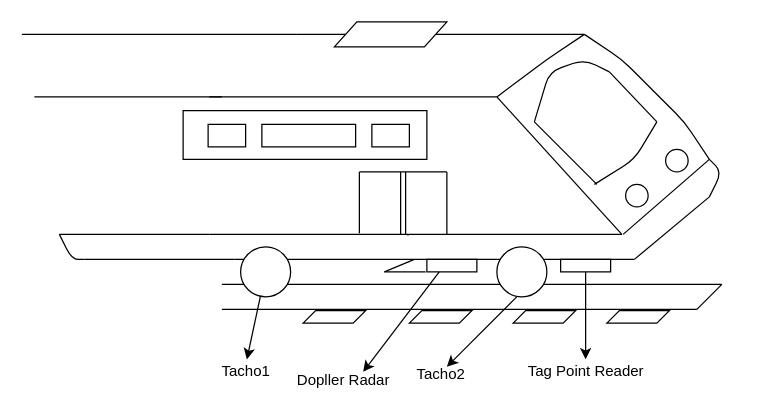
Above: page "Page-2" (2 of 5) of Untitled Diagram.drawio in burakbasaraann/drawing (draw.io), before the change. Source tidied: cells renumbered, new cells numbered last; positions are measured from the earlier drawing's top-left corner, leaving out a move shared by most shapes. Both pictures are drawn from the tidied source at 125%, with x=0, y=0 at pixel (21, 21).
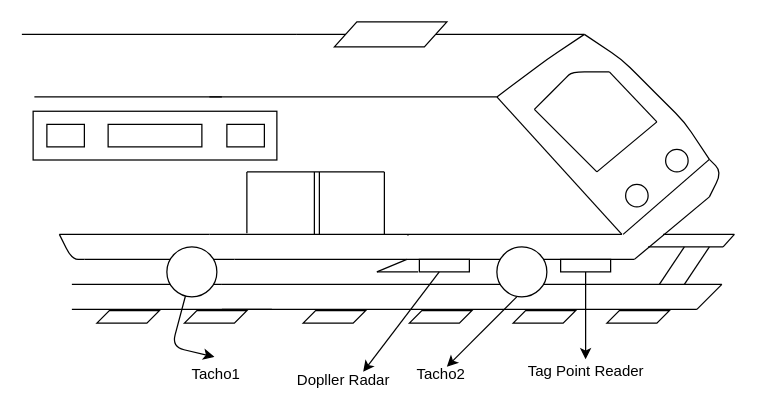
After the change.

Change to the diagram source:
```diff
@@
     <mxCell id="2" style="rounded=0;whiteSpace=wrap;html=1;fontFamily=Helvetica;fontSize=14;" parent="1" vertex="1">
-      <mxGeometry x="129" y="71" width="195" height="39" as="geometry" />
+      <mxGeometry x="9" y="71.5" width="195" height="39" as="geometry" />
     </mxCell>
@@
     <mxCell id="16" style="rounded=0;whiteSpace=wrap;html=1;fontFamily=Helvetica;fontSize=14;" parent="1" vertex="1">
-      <mxGeometry x="324" y="190" width="40" height="10" as="geometry" />
+      <mxGeometry x="318" y="190" width="40" height="10" as="geometry" />
     </mxCell>
     <mxCell id="17" style="endArrow=none;html=1;strokeColor=#000000;fontFamily=Helvetica;fontSize=14;exitX=0;exitY=1;exitDx=0;exitDy=0;" parent="1" edge="1">
       <mxGeometry relative="1" as="geometry">
-        <mxPoint x="323" y="200" as="sourcePoint" />
-        <mxPoint x="290" y="200" as="targetPoint" />
+        <mxPoint x="317" y="200" as="sourcePoint" />
+        <mxPoint x="284" y="200" as="targetPoint" />
       </mxGeometry>
     </mxCell>
@@
     <mxCell id="19" style="endArrow=none;html=1;strokeColor=#000000;fontFamily=Helvetica;fontSize=14;" parent="1" edge="1">
       <mxGeometry relative="1" as="geometry">
-        <mxPoint x="290" y="200" as="sourcePoint" />
-        <mxPoint x="314" y="190" as="targetPoint" />
+        <mxPoint x="284" y="200" as="sourcePoint" />
+        <mxPoint x="308" y="190" as="targetPoint" />
       </mxGeometry>
     </mxCell>
@@
     <mxCell id="24" style="endArrow=none;html=1;strokeColor=#000000;fontFamily=Helvetica;fontSize=14;" parent="1" edge="1">
       <mxGeometry relative="1" as="geometry">
-        <mxPoint x="458" y="130" as="sourcePoint" />
+        <mxPoint x="460" y="120" as="sourcePoint" />
         <mxPoint x="508" y="80" as="targetPoint" />
-        <Array as="points">
-          <mxPoint x="490" y="110" />
-        </Array>
       </mxGeometry>
     </mxCell>
     <mxCell id="25" style="endArrow=none;html=1;strokeColor=#000000;fontFamily=Helvetica;fontSize=14;" parent="1" edge="1">
       <mxGeometry relative="1" as="geometry">
-        <mxPoint x="460" y="130" as="sourcePoint" />
-        <mxPoint x="410" y="80" as="targetPoint" />
+        <mxPoint x="460" y="120" as="sourcePoint" />
+        <mxPoint x="410" y="70" as="targetPoint" />
       </mxGeometry>
     </mxCell>
@@
-    <mxCell id="27" style="endArrow=none;html=1;strokeColor=#000000;fontFamily=Helvetica;fontSize=14;" parent="1" edge="1">
-      <mxGeometry relative="1" as="geometry">
-        <mxPoint x="410" y="80" as="sourcePoint" />
-        <mxPoint x="470" y="40" as="targetPoint" />
-        <Array as="points">
-          <mxPoint x="422" y="40" />
-          <mxPoint x="450" y="30" />
-        </Array>
-      </mxGeometry>
-    </mxCell>
-    <mxCell id="28" style="ellipse;whiteSpace=wrap;html=1;fontFamily=Helvetica;fontSize=14;" parent="1" vertex="1">
-      <mxGeometry x="175" y="180" width="40" height="40" as="geometry" />
-    </mxCell>
@@
     <mxCell id="34" style="rounded=0;whiteSpace=wrap;html=1;fontFamily=Helvetica;fontSize=14;" parent="1" vertex="1">
-      <mxGeometry x="149" y="82" width="30" height="18" as="geometry" />
+      <mxGeometry x="20" y="82" width="30" height="18" as="geometry" />
     </mxCell>
     <mxCell id="35" style="rounded=0;whiteSpace=wrap;html=1;fontFamily=Helvetica;fontSize=14;" parent="1" vertex="1">
-      <mxGeometry x="192" y="82" width="75" height="18" as="geometry" />
+      <mxGeometry x="69" y="82" width="75" height="18" as="geometry" />
     </mxCell>
     <mxCell id="36" style="rounded=0;whiteSpace=wrap;html=1;fontFamily=Helvetica;fontSize=14;" parent="1" vertex="1">
-      <mxGeometry x="280" y="82" width="30" height="18" as="geometry" />
+      <mxGeometry x="164" y="82" width="30" height="18" as="geometry" />
     </mxCell>
@@
-    <mxCell id="38" style="endArrow=classic;html=1;strokeColor=#000000;fontFamily=Helvetica;fontSize=14;" parent="1" edge="1" source="28">
+    <mxCell id="38" style="endArrow=classic;html=1;strokeColor=#000000;fontFamily=Helvetica;fontSize=14;entryX=0.48;entryY=-0.2;entryDx=0;entryDy=0;entryPerimeter=0;" parent="1" edge="1" source="28" target="39">
       <mxGeometry relative="1" as="geometry">
-        <mxPoint x="180" y="270" as="targetPoint" />
+        <Array as="points">
+          <mxPoint x="120" y="260" />
+        </Array>
       </mxGeometry>
     </mxCell>
     <mxCell id="39" value="Tacho1" style="text;html=1;align=center;verticalAlign=middle;points=[];fontSize=12;fontFamily=Helvetica;" parent="1" vertex="1">
-      <mxGeometry x="154" y="270" width="50" height="20" as="geometry" />
+      <mxGeometry x="130" y="272" width="50" height="20" as="geometry" />
     </mxCell>
@@
     <mxCell id="47" style="endArrow=none;html=1;strokeColor=#000000;fontFamily=Helvetica;fontSize=12;" parent="1" edge="1">
       <mxGeometry relative="1" as="geometry">
-        <mxPoint x="270" y="120" as="sourcePoint" />
-        <mxPoint x="270" y="169" as="targetPoint" />
+        <mxPoint x="180" y="120" as="sourcePoint" />
+        <mxPoint x="180" y="169" as="targetPoint" />
       </mxGeometry>
     </mxCell>
     <mxCell id="48" style="endArrow=none;html=1;strokeColor=#000000;fontFamily=Helvetica;fontSize=12;" parent="1" edge="1">
       <mxGeometry relative="1" as="geometry">
-        <mxPoint x="340" y="120" as="sourcePoint" />
-        <mxPoint x="270" y="120" as="targetPoint" />
+        <mxPoint x="290" y="120" as="sourcePoint" />
+        <mxPoint x="180" y="120" as="targetPoint" />
         <Array as="points">
-          <mxPoint x="307" y="120" />
+          <mxPoint x="237" y="120" />
         </Array>
       </mxGeometry>
     </mxCell>
     <mxCell id="49" style="endArrow=none;html=1;strokeColor=#000000;fontFamily=Helvetica;fontSize=12;" parent="1" edge="1">
       <mxGeometry relative="1" as="geometry">
-        <mxPoint x="340" y="170" as="sourcePoint" />
-        <mxPoint x="340" y="120" as="targetPoint" />
+        <mxPoint x="290" y="170" as="sourcePoint" />
+        <mxPoint x="290" y="120" as="targetPoint" />
       </mxGeometry>
     </mxCell>
     <mxCell id="50" style="shape=link;html=1;strokeColor=#000000;fontFamily=Helvetica;fontSize=12;" parent="1" edge="1">
       <mxGeometry relative="1" as="geometry">
-        <mxPoint x="305" y="170" as="sourcePoint" />
-        <mxPoint x="305" y="120" as="targetPoint" />
+        <mxPoint x="236" y="170" as="sourcePoint" />
+        <mxPoint x="236" y="120" as="targetPoint" />
       </mxGeometry>
     </mxCell>
@@
+    <mxCell id="55" style="endArrow=none;html=1;strokeColor=#000000;fontFamily=Helvetica;fontSize=12;" parent="1" edge="1">
+      <mxGeometry relative="1" as="geometry">
+        <mxPoint x="40" y="210" as="sourcePoint" />
+        <mxPoint x="160" y="210" as="targetPoint" />
+      </mxGeometry>
+    </mxCell>
+    <mxCell id="56" style="endArrow=none;html=1;strokeColor=#000000;fontFamily=Helvetica;fontSize=12;" parent="1" edge="1">
+      <mxGeometry relative="1" as="geometry">
+        <mxPoint x="200" y="230" as="sourcePoint" />
+        <mxPoint x="40" y="230" as="targetPoint" />
+      </mxGeometry>
+    </mxCell>
+    <mxCell id="57" style="shape=parallelogram;perimeter=parallelogramPerimeter;whiteSpace=wrap;html=1;fontFamily=Helvetica;fontSize=12;" parent="1" vertex="1">
+      <mxGeometry x="60" y="231" width="50" height="10" as="geometry" />
+    </mxCell>
+    <mxCell id="58" style="shape=parallelogram;perimeter=parallelogramPerimeter;whiteSpace=wrap;html=1;fontFamily=Helvetica;fontSize=12;" parent="1" vertex="1">
+      <mxGeometry x="130" y="231" width="50" height="10" as="geometry" />
+    </mxCell>
+    <mxCell id="59" style="endArrow=none;html=1;strokeColor=#000000;fontFamily=Helvetica;fontSize=12;" parent="1" edge="1">
+      <mxGeometry relative="1" as="geometry">
+        <mxPoint x="513" y="170" as="sourcePoint" />
+        <mxPoint x="570" y="170" as="targetPoint" />
+      </mxGeometry>
+    </mxCell>
+    <mxCell id="28" style="ellipse;whiteSpace=wrap;html=1;fontFamily=Helvetica;fontSize=14;" parent="1" vertex="1">
+      <mxGeometry x="116" y="180" width="40" height="40" as="geometry" />
+    </mxCell>
+    <mxCell id="60" style="endArrow=none;html=1;strokeColor=#000000;fontFamily=Helvetica;fontSize=12;" parent="1" edge="1">
+      <mxGeometry relative="1" as="geometry">
+        <mxPoint x="561" y="180" as="sourcePoint" />
+        <mxPoint x="570" y="170" as="targetPoint" />
+      </mxGeometry>
+    </mxCell>
+    <mxCell id="61" style="endArrow=none;html=1;strokeColor=#000000;fontFamily=Helvetica;fontSize=12;" parent="1" edge="1">
+      <mxGeometry relative="1" as="geometry">
+        <mxPoint x="501" y="180" as="sourcePoint" />
+        <mxPoint x="561" y="180" as="targetPoint" />
+      </mxGeometry>
+    </mxCell>
+    <mxCell id="62" style="endArrow=none;html=1;strokeColor=#000000;fontFamily=Helvetica;fontSize=12;" parent="1" edge="1">
+      <mxGeometry relative="1" as="geometry">
+        <mxPoint x="510" y="210" as="sourcePoint" />
+        <mxPoint x="530" y="180" as="targetPoint" />
+      </mxGeometry>
+    </mxCell>
+    <mxCell id="63" style="endArrow=none;html=1;strokeColor=#000000;fontFamily=Helvetica;fontSize=12;" parent="1" edge="1">
+      <mxGeometry relative="1" as="geometry">
+        <mxPoint x="530" y="210" as="sourcePoint" />
+        <mxPoint x="550" y="180" as="targetPoint" />
+      </mxGeometry>
+    </mxCell>
+    <mxCell id="64" style="endArrow=none;html=1;strokeColor=#000000;fontFamily=Helvetica;fontSize=12;" parent="1" edge="1">
+      <mxGeometry relative="1" as="geometry">
+        <mxPoint x="410" y="70" as="sourcePoint" />
+        <mxPoint x="470" y="40" as="targetPoint" />
+        <Array as="points">
+          <mxPoint x="430" y="50" />
+          <mxPoint x="440" y="40" />
+        </Array>
+      </mxGeometry>
+    </mxCell>
```
